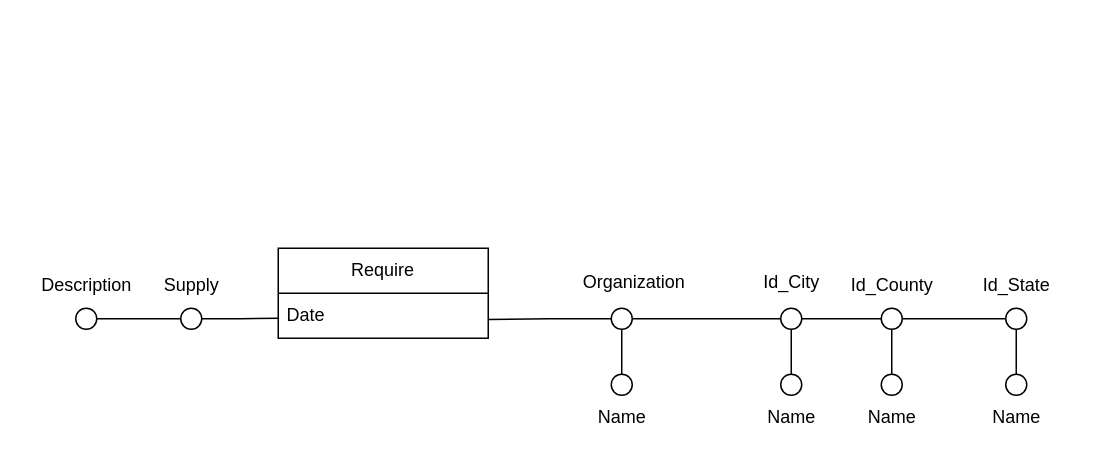
This is Schemi_Di_Fatto/Require.drawio from MircoPerna99/BigDataManagement_Team, a draw.io file, before an edit. Source tidied: cells renumbered, new cells numbered last; positions are measured from the earlier drawing's top-left corner, leaving out a move shared by most shapes. Both pictures are drawn from the tidied source at 150%, with x=0, y=0 at pixel (26, 248).
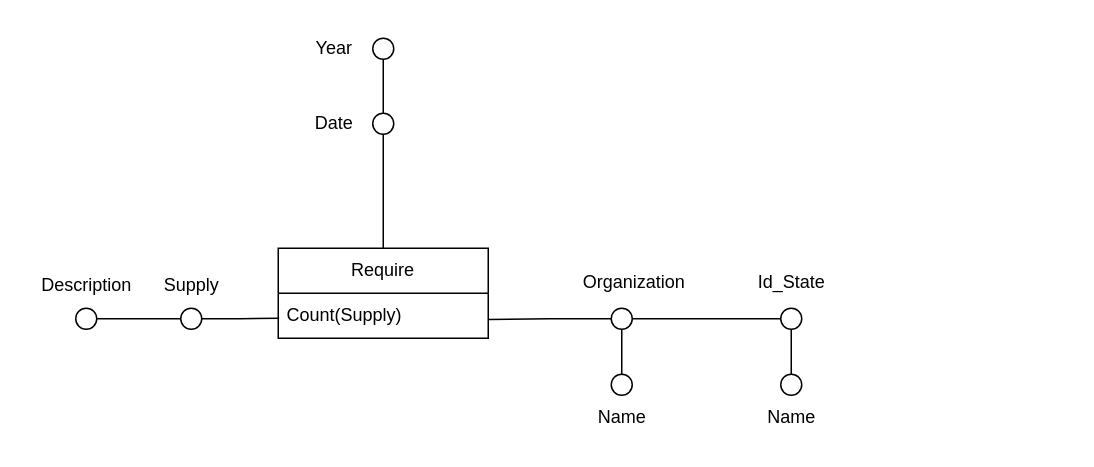
The same page after the edit.

Unchanged cells that the change refers to:
```xml
<mxCell id="3" style="ellipse;whiteSpace=wrap;html=1;fillColor=#FFFFFF;" parent="1" vertex="1">
  <mxGeometry x="103" y="40" width="14" height="14" as="geometry" />
</mxCell>
<mxCell id="9" style="ellipse;whiteSpace=wrap;html=1;fillColor=#FFFFFF;" parent="1" vertex="1">
  <mxGeometry x="390" y="40" width="14" height="14" as="geometry" />
</mxCell>
<mxCell id="13" style="ellipse;whiteSpace=wrap;html=1;fillColor=#FFFFFF;" parent="1" vertex="1">
  <mxGeometry x="503" y="40" width="14" height="14" as="geometry" />
</mxCell>
<mxCell id="31" value="Require" style="swimlane;fontStyle=0;horizontal=1;startSize=30;whiteSpace=wrap;html=1;" parent="1" vertex="1">
  <mxGeometry x="168" width="140" height="60" as="geometry" />
</mxCell>
```

Diff of the diagram source:
```diff
@@
-    <mxCell id="2" style="edgeStyle=orthogonalEdgeStyle;rounded=0;jettySize=auto;html=1;entryX=0.004;entryY=0.554;entryDx=0;entryDy=0;entryPerimeter=0;endArrow=none;startFill=0;" parent="1" edge="1" source="3" target="32">
-      <mxGeometry relative="1" as="geometry" />
-    </mxCell>
+    <mxCell id="34" style="edgeStyle=orthogonalEdgeStyle;rounded=0;jettySize=auto;html=1;entryX=0.004;entryY=0.554;entryDx=0;entryDy=0;entryPerimeter=0;endArrow=none;startFill=0;" parent="1" edge="1" source="3" target="36">
+      <mxGeometry relative="1" as="geometry" />
+    </mxCell>
@@
-    <mxCell id="12" style="edgeStyle=orthogonalEdgeStyle;rounded=0;jettySize=auto;html=1;exitX=1;exitY=0.5;exitDx=0;exitDy=0;entryX=0;entryY=0.5;entryDx=0;entryDy=0;endArrow=none;startFill=0;" parent="1" edge="1" source="13" target="22">
-      <mxGeometry relative="1" as="geometry" />
-    </mxCell>
@@
-    <mxCell id="17" value="Id_City" style="text;html=1;align=center;verticalAlign=middle;strokeColor=none;fillColor=none;" parent="1" vertex="1">
-      <mxGeometry x="480" y="8" width="60" height="30" as="geometry" />
-    </mxCell>
@@
-    <mxCell id="20" style="edgeStyle=orthogonalEdgeStyle;rounded=0;jettySize=auto;html=1;exitX=0.5;exitY=1;exitDx=0;exitDy=0;entryX=0.5;entryY=0;entryDx=0;entryDy=0;endArrow=none;startFill=0;" parent="1" edge="1" source="22" target="24">
-      <mxGeometry relative="1" as="geometry" />
-    </mxCell>
-    <mxCell id="21" style="edgeStyle=orthogonalEdgeStyle;rounded=0;jettySize=auto;html=1;exitX=1;exitY=0.5;exitDx=0;exitDy=0;entryX=0;entryY=0.5;entryDx=0;entryDy=0;endArrow=none;startFill=0;" parent="1" edge="1" source="22" target="27">
-      <mxGeometry relative="1" as="geometry" />
-    </mxCell>
-    <mxCell id="22" style="ellipse;whiteSpace=wrap;html=1;fillColor=#FFFFFF;" parent="1" vertex="1">
-      <mxGeometry x="570" y="40" width="14" height="14" as="geometry" />
-    </mxCell>
-    <mxCell id="23" value="Id_County" style="text;html=1;align=center;verticalAlign=middle;strokeColor=none;fillColor=none;" parent="1" vertex="1">
-      <mxGeometry x="537" y="10" width="80" height="30" as="geometry" />
-    </mxCell>
-    <mxCell id="24" style="ellipse;whiteSpace=wrap;html=1;fillColor=#FFFFFF;" parent="1" vertex="1">
-      <mxGeometry x="570" y="84" width="14" height="14" as="geometry" />
-    </mxCell>
-    <mxCell id="25" value="Name" style="text;html=1;align=center;verticalAlign=middle;strokeColor=none;fillColor=none;" parent="1" vertex="1">
-      <mxGeometry x="547" y="98" width="60" height="30" as="geometry" />
-    </mxCell>
-    <mxCell id="26" style="edgeStyle=orthogonalEdgeStyle;rounded=0;jettySize=auto;html=1;exitX=0.5;exitY=1;exitDx=0;exitDy=0;entryX=0.5;entryY=0;entryDx=0;entryDy=0;endArrow=none;startFill=0;" parent="1" edge="1" source="27" target="29">
-      <mxGeometry relative="1" as="geometry" />
-    </mxCell>
-    <mxCell id="27" style="ellipse;whiteSpace=wrap;html=1;fillColor=#FFFFFF;" parent="1" vertex="1">
-      <mxGeometry x="653" y="40" width="14" height="14" as="geometry" />
-    </mxCell>
     <mxCell id="28" value="Id_State" style="text;html=1;align=center;verticalAlign=middle;strokeColor=none;fillColor=none;" parent="1" vertex="1">
-      <mxGeometry x="625" y="10" width="70" height="30" as="geometry" />
+      <mxGeometry x="475" y="8" width="70" height="30" as="geometry" />
     </mxCell>
-    <mxCell id="29" style="ellipse;whiteSpace=wrap;html=1;fillColor=#FFFFFF;" parent="1" vertex="1">
-      <mxGeometry x="653" y="84" width="14" height="14" as="geometry" />
-    </mxCell>
-    <mxCell id="30" value="Name" style="text;html=1;align=center;verticalAlign=middle;strokeColor=none;fillColor=none;" parent="1" vertex="1">
-      <mxGeometry x="630" y="98" width="60" height="30" as="geometry" />
-    </mxCell>
+    <mxCell id="35" style="edgeStyle=orthogonalEdgeStyle;rounded=0;jettySize=auto;html=1;exitX=0.5;exitY=0;exitDx=0;exitDy=0;entryX=0.5;entryY=1;entryDx=0;entryDy=0;endArrow=none;startFill=0;" parent="1" edge="1" source="31" target="39">
+      <mxGeometry relative="1" as="geometry" />
+    </mxCell>
@@
+    <mxCell id="36" value="Count(Supply)" style="text;strokeColor=none;fillColor=none;align=left;verticalAlign=middle;spacingLeft=4;spacingRight=4;overflow=hidden;points=[[0,0.5],[1,0.5]];portConstraint=eastwest;whiteSpace=wrap;html=1;" parent="31" vertex="1">
+      <mxGeometry y="30" width="140" height="30" as="geometry" />
+    </mxCell>
+    <mxCell id="37" style="edgeStyle=orthogonalEdgeStyle;rounded=0;jettySize=auto;html=1;exitX=0;exitY=0.5;exitDx=0;exitDy=0;entryX=1.003;entryY=0.586;entryDx=0;entryDy=0;entryPerimeter=0;endArrow=none;startFill=0;" parent="1" edge="1" source="9" target="36">
+      <mxGeometry relative="1" as="geometry" />
+    </mxCell>
+    <mxCell id="38" style="edgeStyle=orthogonalEdgeStyle;rounded=0;jettySize=auto;html=1;exitX=0.5;exitY=0;exitDx=0;exitDy=0;entryX=0.5;entryY=1;entryDx=0;entryDy=0;endArrow=none;startFill=0;" parent="1" edge="1" source="39" target="40">
+      <mxGeometry relative="1" as="geometry" />
+    </mxCell>
+    <mxCell id="39" style="ellipse;whiteSpace=wrap;html=1;fillColor=#FFFFFF;" parent="1" vertex="1">
+      <mxGeometry x="231" y="-90" width="14" height="14" as="geometry" />
+    </mxCell>
+    <mxCell id="40" style="ellipse;whiteSpace=wrap;html=1;fillColor=#FFFFFF;" parent="1" vertex="1">
+      <mxGeometry x="231" y="-140" width="14" height="14" as="geometry" />
+    </mxCell>
-    <mxCell id="32" value="Date" style="text;strokeColor=none;fillColor=none;align=left;verticalAlign=middle;spacingLeft=4;spacingRight=4;overflow=hidden;points=[[0,0.5],[1,0.5]];portConstraint=eastwest;whiteSpace=wrap;html=1;" parent="31" vertex="1">
-      <mxGeometry y="30" width="140" height="30" as="geometry" />
+    <mxCell id="32" value="Date" style="text;html=1;align=center;verticalAlign=middle;points=[];strokeColor=none;fillColor=none;" parent="1" vertex="1">
+      <mxGeometry x="180" y="-98" width="50" height="30" as="geometry" />
     </mxCell>
-    <mxCell id="33" style="edgeStyle=orthogonalEdgeStyle;rounded=0;jettySize=auto;html=1;exitX=0;exitY=0.5;exitDx=0;exitDy=0;entryX=1.003;entryY=0.586;entryDx=0;entryDy=0;entryPerimeter=0;endArrow=none;startFill=0;" parent="1" edge="1" source="9" target="32">
-      <mxGeometry relative="1" as="geometry" />
-    </mxCell>
+    <mxCell id="41" value="Year" style="text;html=1;align=center;verticalAlign=middle;strokeColor=none;fillColor=none;" parent="1" vertex="1">
+      <mxGeometry x="180" y="-148" width="50" height="30" as="geometry" />
+    </mxCell>
```
